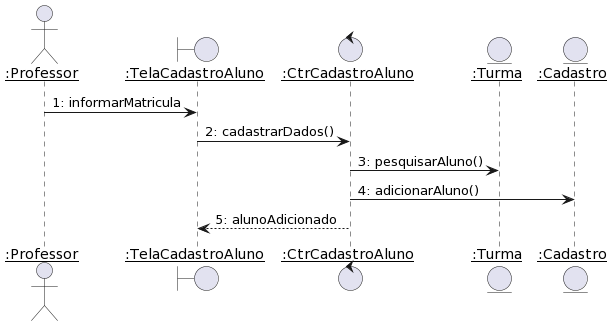
Before: diagramas/sequencia/adicionar_aluno.png, a diagram exported from PlantUML (Pedro-V/projetorium).
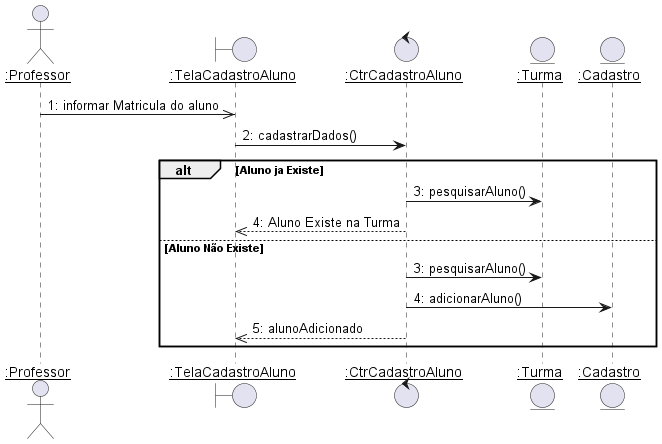
The same diagram one commit later.

Commit message:
Add Fluxo Alternativo

What changed in the source:
```diff
@@ -1,4 +1,4 @@
-@startuml
+@startuml adicionar_aluno
 skinparam sequenceParticipant underline
 
 
@@ -8,9 +8,16 @@
 entity ":Turma" as Turma
 entity ":Cadastro" as Cadastro
 
-Professor -> TelaCadastroAluno : 1: informarMatricula
+Professor ->> TelaCadastroAluno : 1: informar Matricula do aluno
 TelaCadastroAluno -> CtrCadastroAluno : 2: cadastrarDados()
-CtrCadastroAluno -> Turma : 3: pesquisarAluno()
-CtrCadastroAluno -> Cadastro : 4: adicionarAluno()
-CtrCadastroAluno --> TelaCadastroAluno : 5: alunoAdicionado
+
+
+alt Aluno ja Existe
+    CtrCadastroAluno -> Turma : 3: pesquisarAluno()
+    CtrCadastroAluno -->> TelaCadastroAluno : 4: Aluno Existe na Turma
+else Aluno Não Existe
+    CtrCadastroAluno -> Turma : 3: pesquisarAluno()
+    CtrCadastroAluno -> Cadastro : 4: adicionarAluno()
+    CtrCadastroAluno -->> TelaCadastroAluno : 5: alunoAdicionado
+end
 @enduml
```
